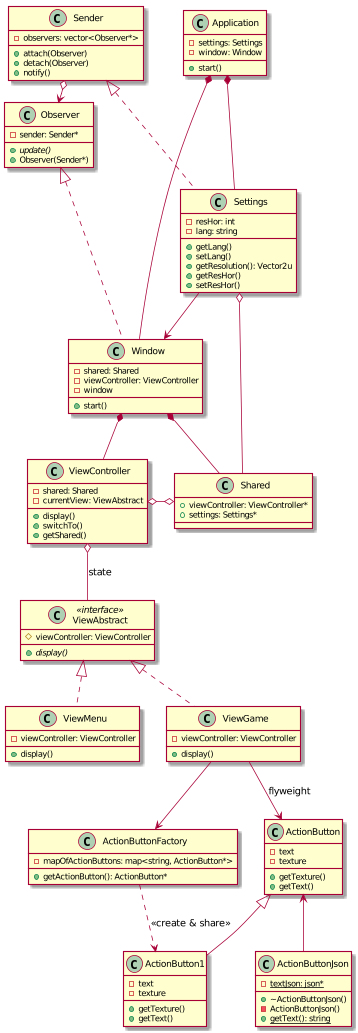
The PlantUML diagram docs/UML/ClassUML.png in ArturBa/AlmostAgricola, before a commit.
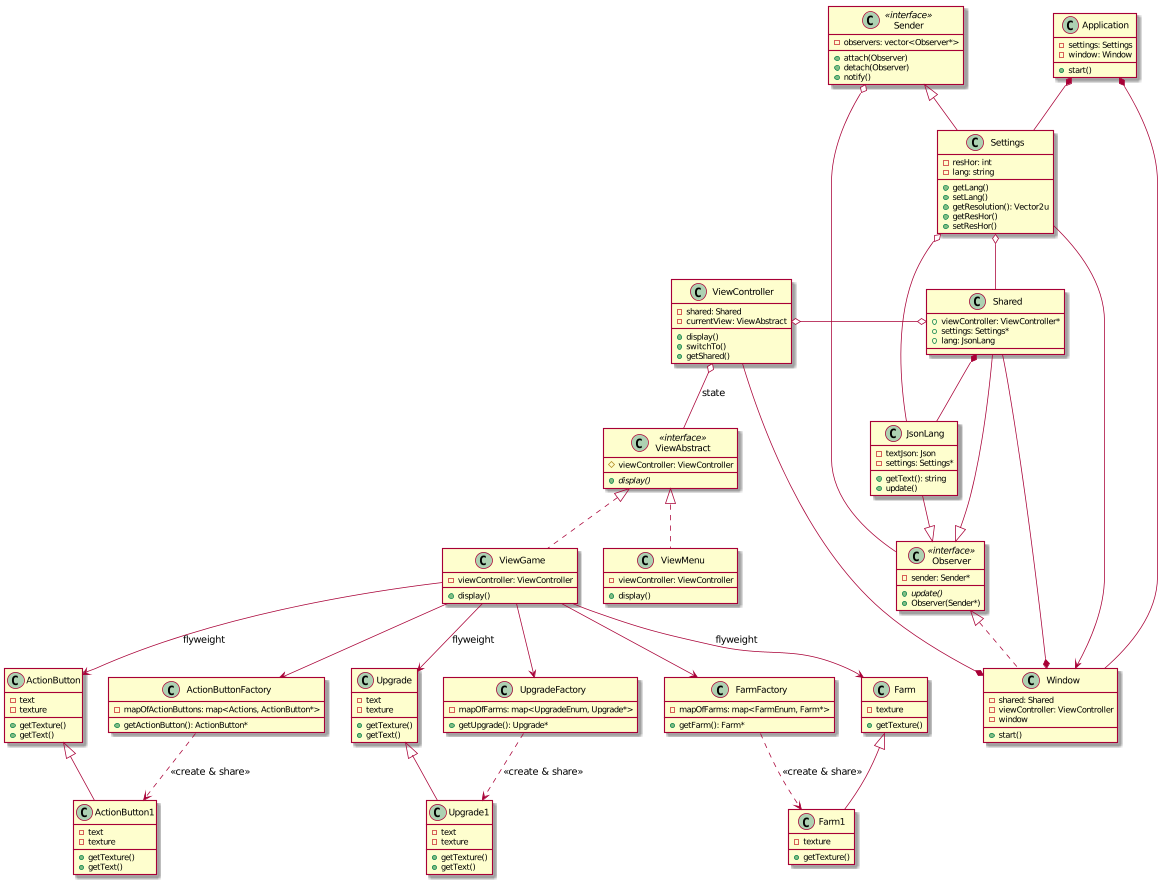
The same diagram one commit later.

Commit message:
update uml class diagram

What changed in the source:
```diff
@@ -10,6 +10,7 @@
 class Shared{
     + viewController: ViewController*
     + settings: Settings*
+    + lang: JsonLang
 }
 
 class ViewController{
@@ -40,13 +41,13 @@
     + setResHor()
 }
 
-class Observer {
+class Observer << interface >> {
     - sender: Sender*
     + {abstract}update()
     + Observer(Sender*)
 }
 
-class Sender {
+class Sender << interface >> {
     - observers: vector<Observer*>
     + attach(Observer)
     + detach(Observer)
@@ -65,7 +66,7 @@
 }
 
 class ActionButtonFactory {
-    - mapOfActionButtons: map<string, ActionButton*>
+    - mapOfActionButtons: map<Actions, ActionButton*>
     + getActionButton(): ActionButton*
 }
 
@@ -83,32 +84,75 @@
     + getText()
 }
 
-class ActionButtonJson{
-    + ~ActionButtonJson()
-    - ActionButtonJson()
-    + {static} getText(): string
-    - {static} textJson: json*
+class FarmFactory{
+    - mapOfFarms: map<FarmEnum, Farm*>
+    + getFarm(): Farm*
 }
 
+class Farm{
+    - texture
+    + getTexture()
+}
+class Farm1{
+    - texture
+    + getTexture()
+}
+
+class UpgradeFactory{
+    - mapOfFarms: map<UpgradeEnum, Upgrade*>
+    + getUpgrade(): Upgrade*
+}
+class Upgrade{
+    - text
+    - texture
+    + getTexture()
+    + getText()
+}
+class Upgrade1{
+    - text
+    - texture
+    + getTexture()
+    + getText()
+}
+
+class JsonLang{
+    - textJson: Json
+    - settings: Settings*
+    + getText(): string
+    + update()
+}
 
 
 Window *-- ViewController
 Window *-- Shared
 
 ViewController o-o Shared
+Settings o-- JsonLang
+Shared *-- JsonLang
+Shared --|> Observer
+JsonLang --|> Observer
 
 ViewAbstract <|.. ViewMenu
 ViewAbstract <|.. ViewGame
 ViewController o-- ViewAbstract: state
 
 ActionButton <|-- ActionButton1
-ActionButton <-- ActionButtonJson
 ViewGame --> ActionButtonFactory
 ViewGame --> ActionButton: flyweight
 ActionButtonFactory ..> ActionButton1: <<create & share>>
 
-Sender <|.. Settings
-Sender o->Observer
+Farm <|-- Farm1
+ViewGame --> FarmFactory
+ViewGame --> Farm: flyweight
+FarmFactory ..> Farm1: <<create & share>>
+
+Upgrade <|-- Upgrade1
+ViewGame --> UpgradeFactory
+ViewGame --> Upgrade: flyweight
+UpgradeFactory ..> Upgrade1: <<create & share>>
+
+Sender <|-- Settings
+Sender o-- Observer
 Observer <|.. Window
 Settings --> Window
 
```
